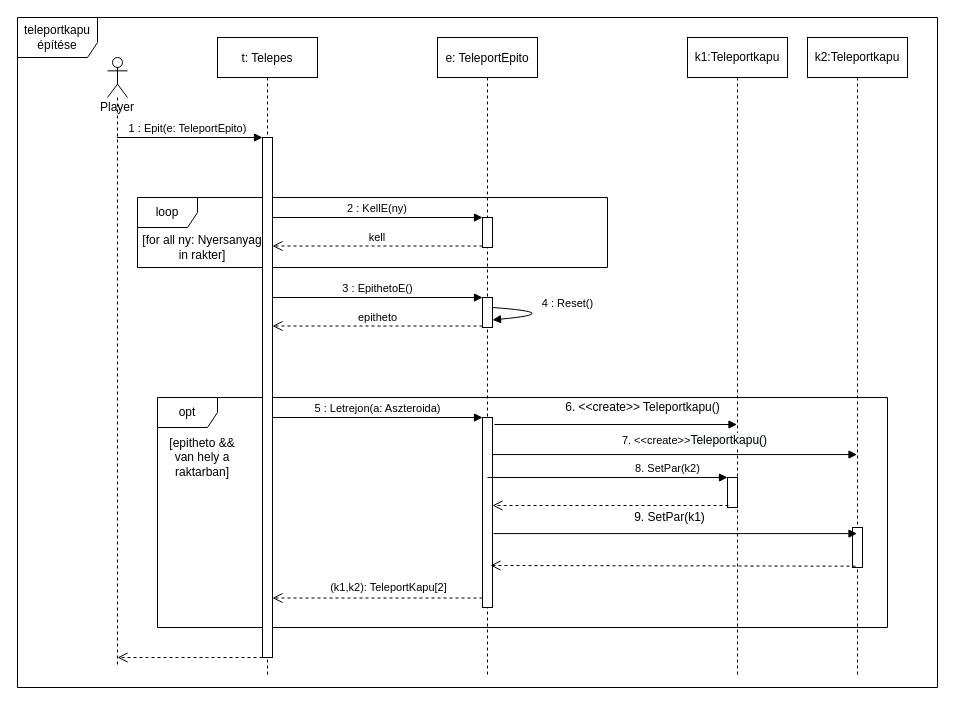
Before: page "Page-2" (1 of 2) of doc/uml/szekvencia_teleportEpit.drawio in torpeBoiGo/aszteroidabanyaszat, a draw.io diagram. Source tidied: cells renumbered, new cells numbered last; positions are measured from the earlier drawing's top-left corner, leaving out a move shared by most shapes. Both pictures are drawn from the tidied source at 100%, with x=0, y=0 at pixel (17, 17).
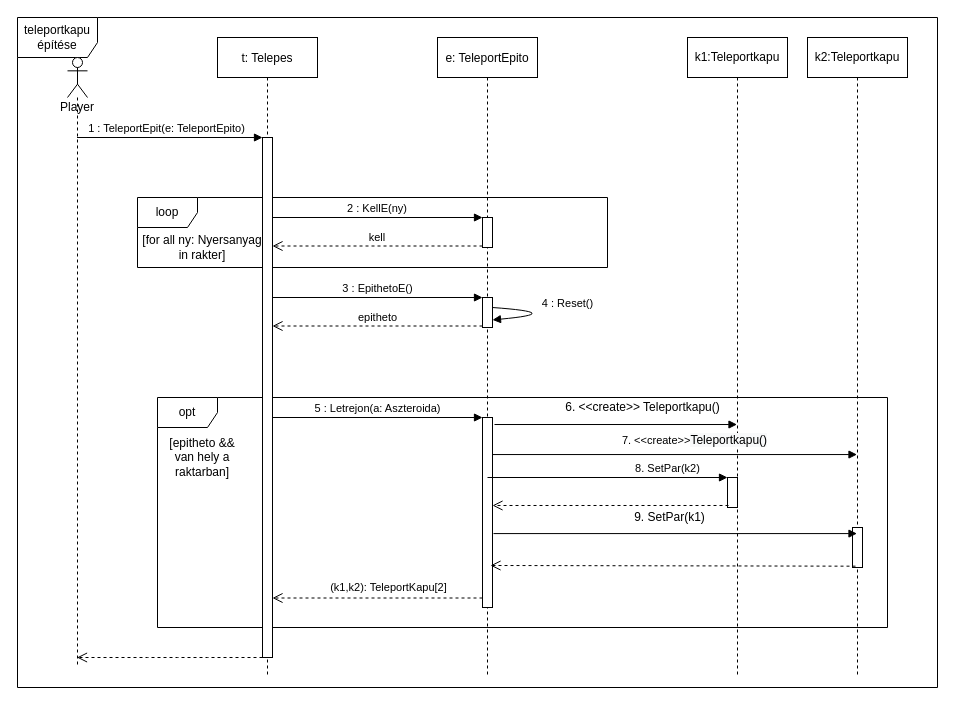
After the change.

Commit message:
TeleportEpit() átnevezve

The change refers to these unchanged cells:
```xml
<mxCell id="7" style="html=1;points=[];perimeter=orthogonalPerimeter;" parent="6" vertex="1">
  <mxGeometry x="45" y="100" width="10" height="520" as="geometry" />
</mxCell>
```

Diff of the diagram source:
```diff
@@
-    <mxCell id="17" value="1 : Epit(e: TeleportEpito)" style="verticalAlign=bottom;startArrow=none;endArrow=block;startSize=8;shadow=0;strokeWidth=1;startFill=0;" parent="1" edge="1" source="32">
+    <mxCell id="17" value="1 : TeleportEpit(e: TeleportEpito)" style="verticalAlign=bottom;startArrow=none;endArrow=block;startSize=8;shadow=0;strokeWidth=1;startFill=0;" parent="1" edge="1" source="32">
       <mxGeometry x="-0.03" relative="1" as="geometry">
         <mxPoint x="245" y="120" as="targetPoint" />
       </mxGeometry>
     </mxCell>
-    <mxCell id="18" style="html=1;verticalAlign=bottom;endArrow=open;dashed=1;endSize=8;" parent="1" edge="1" source="7">
+    <mxCell id="18" style="html=1;verticalAlign=bottom;endArrow=open;dashed=1;endSize=8;" parent="1" edge="1" source="7" target="32">
       <mxGeometry relative="1" as="geometry">
-        <mxPoint x="100" y="640" as="targetPoint" />
         <Array as="points">
           <mxPoint x="200" y="640" />
           <mxPoint x="170" y="640" />
           <mxPoint x="140" y="640" />
         </Array>
       </mxGeometry>
     </mxCell>
@@
     <mxCell id="32" value="Player" style="shape=umlLifeline;participant=umlActor;perimeter=lifelinePerimeter;whiteSpace=wrap;html=1;verticalAlign=top;spacingTop=36;outlineConnect=0;" parent="1" vertex="1">
-      <mxGeometry x="90" y="40" width="20" height="610" as="geometry" />
+      <mxGeometry x="50" y="40" width="20" height="610" as="geometry" />
     </mxCell>
```
